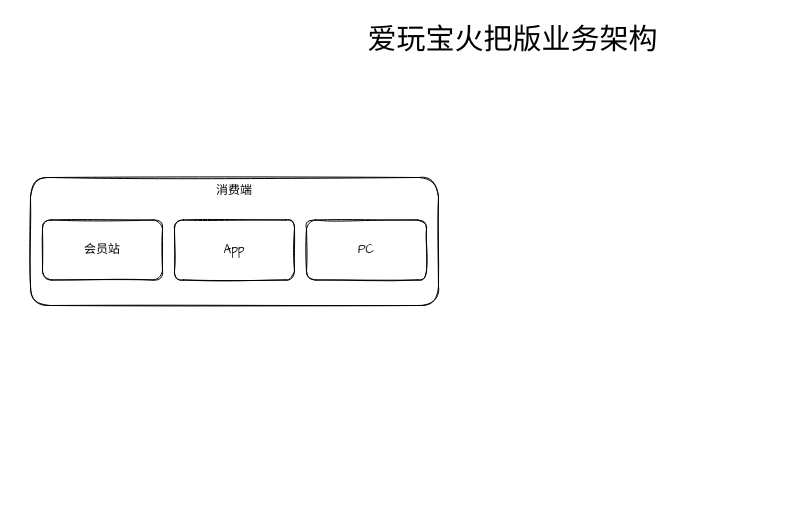
Earlier version of the draw.io diagram diagrams.net/awb-bs.drawio (karoc/karoc). Source tidied: cells renumbered, new cells numbered last; positions are measured from the earlier drawing's top-left corner, leaving out a move shared by most shapes. Both pictures are drawn from the tidied source at 100%, with x=0, y=0 at pixel (30, 17).
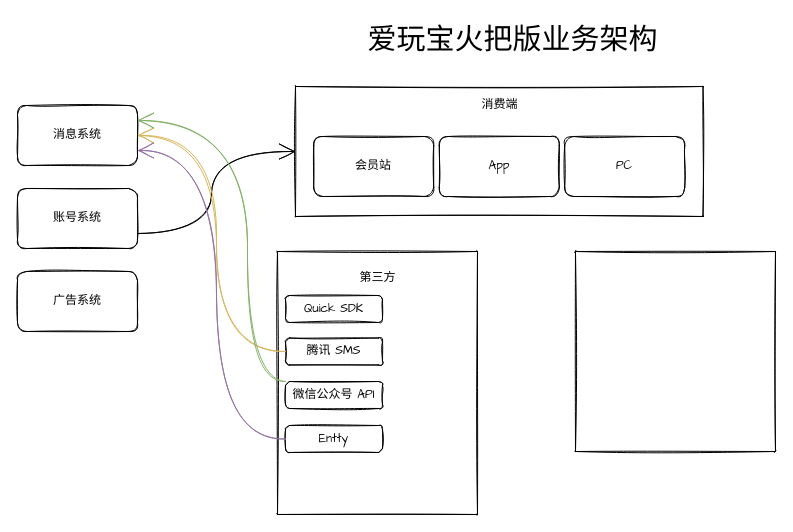
The same diagram, later.

The edit, as a diff of the source:
```diff
@@
+    <mxCell id="7" style="swimlane;startSize=0;rounded=1;sketch=1;hachureGap=4;fontFamily=Comic Sans MS;fontSize=12;" parent="1" vertex="1">
+      <mxGeometry x="265" y="69" width="407.5" height="130" as="geometry" />
+    </mxCell>
+    <mxCell id="5" value="App" style="whiteSpace=wrap;html=1;rounded=1;sketch=1;hachureGap=4;fontFamily=Comic Sans MS;fontSize=12;" parent="7" vertex="1">
+      <mxGeometry x="143.8" y="50" width="120" height="60" as="geometry" />
+    </mxCell>
+    <mxCell id="4" value="会员站" style="rounded=1;whiteSpace=wrap;html=1;sketch=1;hachureGap=4;fontFamily=Comic Sans MS;fontSize=12;" parent="7" vertex="1">
+      <mxGeometry x="18.2" y="50" width="120" height="60" as="geometry" />
+    </mxCell>
+    <mxCell id="6" value="PC" style="whiteSpace=wrap;html=1;rounded=1;sketch=1;hachureGap=4;fontFamily=Comic Sans MS;fontSize=12;" parent="7" vertex="1">
+      <mxGeometry x="269.2" y="50" width="120" height="60" as="geometry" />
+    </mxCell>
-    <mxCell id="3" value="消费端" style="rounded=1;whiteSpace=wrap;html=1;sketch=1;hachureGap=4;fontFamily=Comic Sans MS;fontSize=12;verticalAlign=top;" parent="1" vertex="1">
-      <mxGeometry y="160" width="408" height="128" as="geometry" />
+    <mxCell id="3" value="消费端" style="text;html=1;align=center;verticalAlign=middle;strokeColor=none;fillColor=none;rounded=1;sketch=1;hachureGap=4;fontFamily=Comic Sans MS;fontSize=12;" parent="7" vertex="1">
+      <mxGeometry x="176.8" y="6" width="54" height="26" as="geometry" />
     </mxCell>
-    <mxCell id="4" value="会员站" style="rounded=1;whiteSpace=wrap;html=1;sketch=1;hachureGap=4;fontFamily=Comic Sans MS;fontSize=12;" parent="1" vertex="1">
-      <mxGeometry x="12" y="202.5" width="120" height="60" as="geometry" />
-    </mxCell>
-    <mxCell id="5" value="App" style="whiteSpace=wrap;html=1;rounded=1;sketch=1;hachureGap=4;fontFamily=Comic Sans MS;fontSize=12;" parent="1" vertex="1">
-      <mxGeometry x="144" y="202.5" width="120" height="60" as="geometry" />
-    </mxCell>
-    <mxCell id="6" value="PC" style="whiteSpace=wrap;html=1;rounded=1;sketch=1;hachureGap=4;fontFamily=Comic Sans MS;fontSize=12;" parent="1" vertex="1">
-      <mxGeometry x="276" y="202.5" width="120" height="60" as="geometry" />
-    </mxCell>
+    <mxCell id="8" style="swimlane;startSize=0;rounded=1;sketch=1;hachureGap=4;fontFamily=Comic Sans MS;fontSize=12;" parent="1" vertex="1">
+      <mxGeometry x="247" y="234" width="200" height="263" as="geometry" />
+    </mxCell>
+    <mxCell id="9" value="第三方" style="text;html=1;align=center;verticalAlign=middle;strokeColor=none;fillColor=none;rounded=1;sketch=1;hachureGap=4;fontFamily=Comic Sans MS;fontSize=12;" parent="8" vertex="1">
+      <mxGeometry x="73" y="14" width="54" height="26" as="geometry" />
+    </mxCell>
+    <mxCell id="10" value="Quick SDK" style="whiteSpace=wrap;html=1;rounded=1;sketch=1;hachureGap=4;fontFamily=Comic Sans MS;fontSize=12;" parent="8" vertex="1">
+      <mxGeometry x="8" y="44" width="97" height="27" as="geometry" />
+    </mxCell>
+    <mxCell id="11" value="腾讯 SMS" style="whiteSpace=wrap;html=1;rounded=1;sketch=1;hachureGap=4;fontFamily=Comic Sans MS;fontSize=12;" parent="8" vertex="1">
+      <mxGeometry x="8" y="86.5" width="97" height="27" as="geometry" />
+    </mxCell>
+    <mxCell id="12" value="微信公众号 API" style="whiteSpace=wrap;html=1;rounded=1;sketch=1;hachureGap=4;fontFamily=Comic Sans MS;fontSize=12;" parent="8" vertex="1">
+      <mxGeometry x="8" y="130" width="97" height="27" as="geometry" />
+    </mxCell>
+    <mxCell id="13" value="Entty" style="whiteSpace=wrap;html=1;rounded=1;sketch=1;hachureGap=4;fontFamily=Comic Sans MS;fontSize=12;" parent="8" vertex="1">
+      <mxGeometry x="8" y="174" width="97" height="27" as="geometry" />
+    </mxCell>
+    <mxCell id="14" style="swimlane;startSize=0;rounded=1;sketch=1;hachureGap=4;fontFamily=Comic Sans MS;fontSize=12;" parent="1" vertex="1">
+      <mxGeometry x="545" y="234" width="200" height="200" as="geometry" />
+    </mxCell>
+    <mxCell id="15" value="消息系统" style="whiteSpace=wrap;html=1;rounded=1;sketch=1;hachureGap=4;fontFamily=Comic Sans MS;fontSize=12;" parent="1" vertex="1">
+      <mxGeometry x="-13" y="88" width="120" height="60" as="geometry" />
+    </mxCell>
+    <mxCell id="16" style="edgeStyle=orthogonalEdgeStyle;sketch=1;jettySize=auto;html=1;exitX=1;exitY=0.75;exitDx=0;exitDy=0;entryX=0;entryY=0.5;entryDx=0;entryDy=0;fontFamily=Comic Sans MS;fontSize=12;endArrow=open;startSize=14;endSize=14;sourcePerimeterSpacing=8;targetPerimeterSpacing=8;strokeColor=default;curved=1;" parent="1" edge="1" source="17" target="7">
+      <mxGeometry relative="1" as="geometry" />
+    </mxCell>
+    <mxCell id="17" value="账号系统" style="whiteSpace=wrap;html=1;rounded=1;sketch=1;hachureGap=4;fontFamily=Comic Sans MS;fontSize=12;" parent="1" vertex="1">
+      <mxGeometry x="-13" y="171" width="120" height="60" as="geometry" />
+    </mxCell>
+    <mxCell id="18" value="广告系统" style="whiteSpace=wrap;html=1;rounded=1;sketch=1;hachureGap=4;fontFamily=Comic Sans MS;fontSize=12;" parent="1" vertex="1">
+      <mxGeometry x="-13" y="254" width="120" height="60" as="geometry" />
+    </mxCell>
+    <mxCell id="19" style="edgeStyle=orthogonalEdgeStyle;curved=1;sketch=1;jettySize=auto;html=1;exitX=0;exitY=0.5;exitDx=0;exitDy=0;entryX=1;entryY=0.5;entryDx=0;entryDy=0;fontFamily=Comic Sans MS;fontSize=12;endArrow=open;startSize=14;endSize=14;sourcePerimeterSpacing=8;targetPerimeterSpacing=8;strokeColor=#d6b656;fillColor=#fff2cc;" parent="1" edge="1" source="11" target="15">
+      <mxGeometry relative="1" as="geometry" />
+    </mxCell>
+    <mxCell id="20" style="edgeStyle=orthogonalEdgeStyle;curved=1;sketch=1;jettySize=auto;html=1;exitX=0;exitY=0.5;exitDx=0;exitDy=0;entryX=1;entryY=0.75;entryDx=0;entryDy=0;fontFamily=Comic Sans MS;fontSize=12;endArrow=open;startSize=14;endSize=14;sourcePerimeterSpacing=8;targetPerimeterSpacing=8;strokeColor=#9673a6;fillColor=#e1d5e7;" parent="1" edge="1" source="13" target="15">
+      <mxGeometry relative="1" as="geometry" />
+    </mxCell>
+    <mxCell id="21" style="edgeStyle=orthogonalEdgeStyle;curved=1;sketch=1;jettySize=auto;html=1;exitX=0;exitY=0;exitDx=0;exitDy=0;entryX=1;entryY=0.25;entryDx=0;entryDy=0;fontFamily=Comic Sans MS;fontSize=12;endArrow=open;startSize=14;endSize=14;sourcePerimeterSpacing=8;targetPerimeterSpacing=8;strokeColor=#82b366;fillColor=#d5e8d4;" parent="1" edge="1" source="12" target="15">
+      <mxGeometry relative="1" as="geometry">
+        <Array as="points">
+          <mxPoint x="217" y="364" />
+          <mxPoint x="217" y="103" />
+        </Array>
+      </mxGeometry>
+    </mxCell>
```
